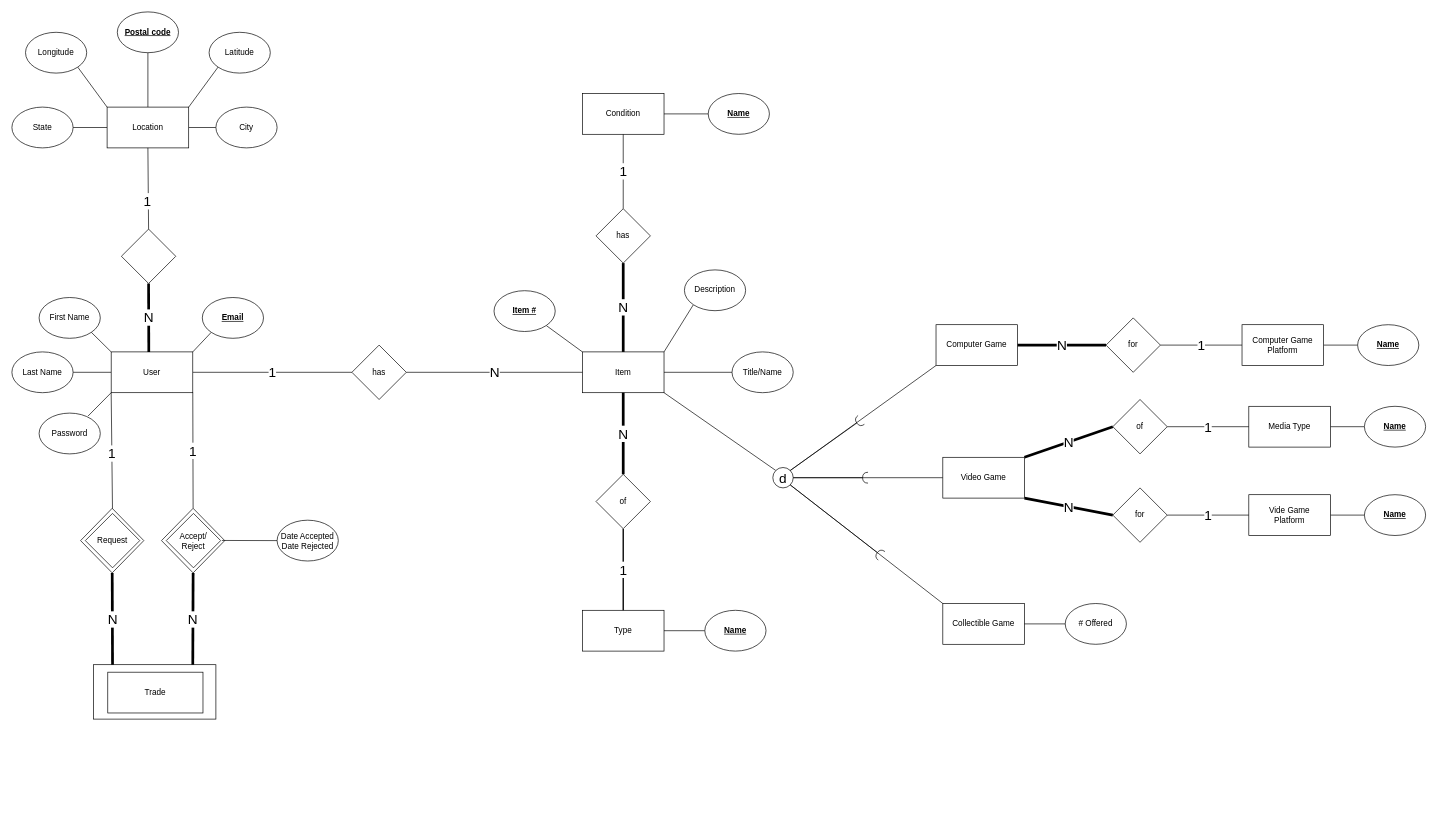
guanch1984/game-exchange-app keeps this draw.io diagram as Phase I/CS6400_EER_PhaseI.drawio. Above is the earlier version. Source tidied: cells renumbered, new cells numbered last; positions are measured from the earlier drawing's top-left corner, leaving out a move shared by most shapes. Both pictures are drawn from the tidied source at 68%, with x=0, y=0 at pixel (12, 12).
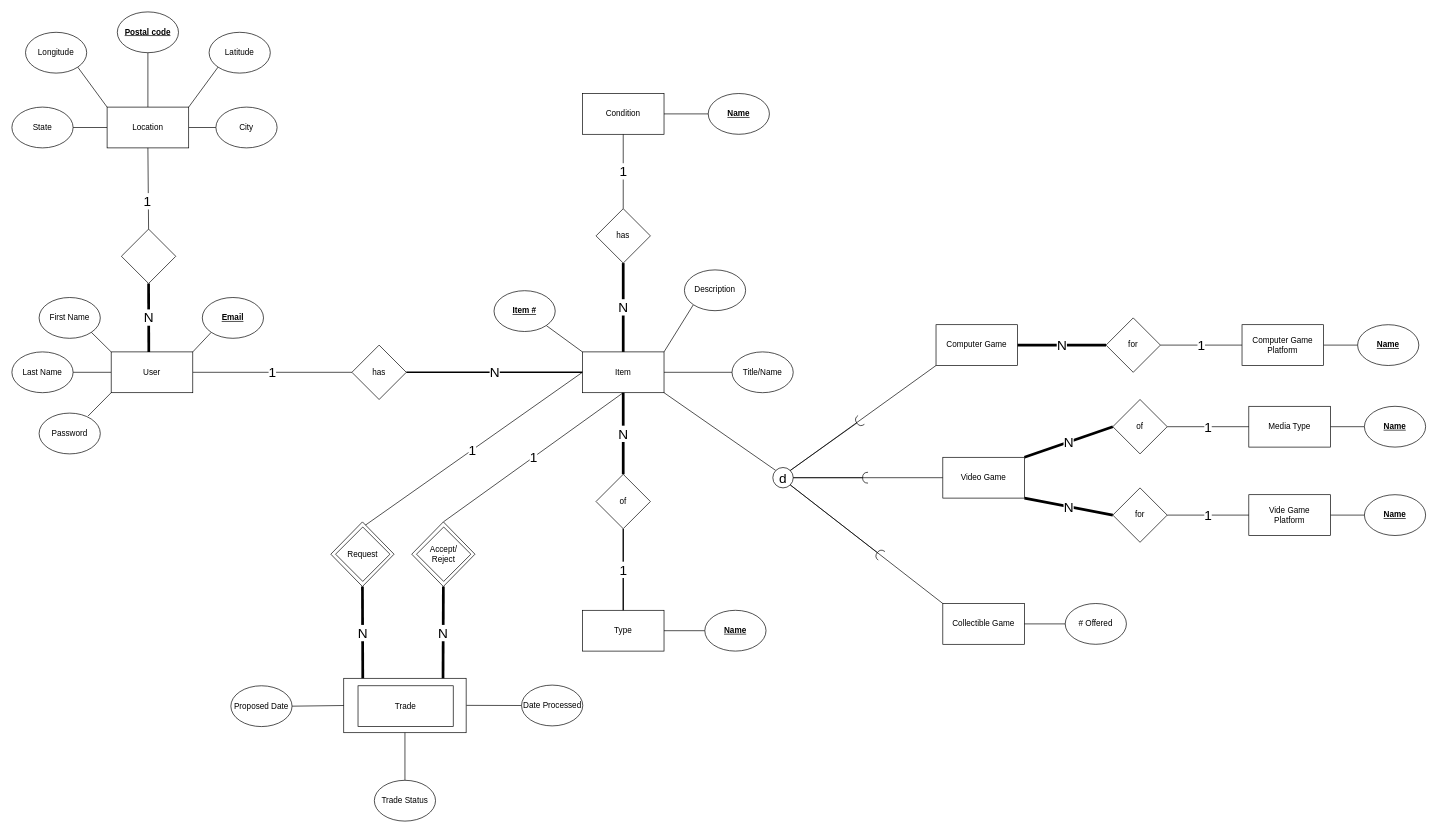
The same diagram, later.

Unchanged cells that the change refers to:
```xml
<mxCell id="19" value="User" style="rounded=0;whiteSpace=wrap;html=1;" parent="1" vertex="1">
  <mxGeometry x="146" y="500" width="120" height="60" as="geometry" />
</mxCell>
<mxCell id="33" value="Item" style="rounded=0;whiteSpace=wrap;html=1;" parent="1" vertex="1">
  <mxGeometry x="839" y="500" width="120" height="60" as="geometry" />
</mxCell>
<mxCell id="51" value="has" style="rhombus;whiteSpace=wrap;html=1;" parent="1" vertex="1">
  <mxGeometry x="500" y="490" width="80" height="80" as="geometry" />
</mxCell>
<mxCell id="76" style="rhombus;whiteSpace=wrap;html=1;" parent="75" vertex="1">
  <mxGeometry width="93" height="95" as="geometry" />
</mxCell>
<mxCell id="77" value="Request" style="rhombus;whiteSpace=wrap;html=1;" parent="75" vertex="1">
  <mxGeometry x="7" y="7.5" width="80" height="80" as="geometry" />
</mxCell>
<mxCell id="79" style="rhombus;whiteSpace=wrap;html=1;" parent="78" vertex="1">
  <mxGeometry width="93" height="95" as="geometry" />
</mxCell>
```

Diff of the diagram source:
```diff
@@
-    <mxCell id="17" value="1" style="edgeStyle=none;rounded=0;jettySize=auto;html=1;exitX=0;exitY=1;exitDx=0;exitDy=0;entryX=0.5;entryY=0;entryDx=0;entryDy=0;fontSize=20;startArrow=none;startFill=0;endArrow=none;endFill=0;strokeWidth=1;" parent="1" edge="1" source="19" target="77">
+    <mxCell id="17" value="1" style="edgeStyle=none;rounded=0;jettySize=auto;html=1;exitX=0;exitY=0.5;exitDx=0;exitDy=0;entryX=0.5;entryY=0;entryDx=0;entryDy=0;fontSize=20;startArrow=none;startFill=0;endArrow=none;endFill=0;strokeWidth=1;" parent="1" edge="1" source="33" target="77">
       <mxGeometry relative="1" as="geometry" />
     </mxCell>
-    <mxCell id="18" value="1" style="edgeStyle=none;rounded=0;jettySize=auto;html=1;exitX=1;exitY=1;exitDx=0;exitDy=0;entryX=0.5;entryY=0;entryDx=0;entryDy=0;fontSize=20;startArrow=none;startFill=0;endArrow=none;endFill=0;strokeWidth=1;" parent="1" edge="1" source="19" target="79">
+    <mxCell id="18" value="1" style="edgeStyle=none;rounded=0;jettySize=auto;html=1;exitX=0.5;exitY=1;exitDx=0;exitDy=0;entryX=0.5;entryY=0;entryDx=0;entryDy=0;fontSize=20;startArrow=none;startFill=0;endArrow=none;endFill=0;strokeWidth=1;" parent="1" edge="1" source="33" target="79">
       <mxGeometry relative="1" as="geometry" />
     </mxCell>
@@
-    <mxCell id="50" value="N" style="edgeStyle=none;rounded=0;jettySize=auto;html=1;exitX=1;exitY=0.5;exitDx=0;exitDy=0;entryX=0;entryY=0.5;entryDx=0;entryDy=0;fontSize=20;endArrow=none;endFill=0;strokeWidth=1;" parent="1" edge="1" source="51" target="33">
+    <mxCell id="50" value="N" style="edgeStyle=none;rounded=0;jettySize=auto;html=1;exitX=1;exitY=0.5;exitDx=0;exitDy=0;entryX=0;entryY=0.5;entryDx=0;entryDy=0;fontSize=20;endArrow=none;endFill=0;strokeWidth=2;" parent="1" edge="1" source="51" target="33">
       <mxGeometry relative="1" as="geometry" />
     </mxCell>
@@
     <mxCell id="75" style="group;" parent="1" vertex="1">
-      <mxGeometry x="101" y="730" width="93" height="95" as="geometry" />
+      <mxGeometry x="469" y="750" width="93" height="95" as="geometry" />
     </mxCell>
@@
     <mxCell id="78" style="group;" parent="1" vertex="1">
-      <mxGeometry x="220" y="730" width="93" height="95" as="geometry" />
+      <mxGeometry x="588" y="750" width="93" height="95" as="geometry" />
     </mxCell>
@@
     <mxCell id="81" style="rounded=0;whiteSpace=wrap;html=1;" parent="1" vertex="1">
-      <mxGeometry x="120" y="960" width="180" height="80" as="geometry" />
+      <mxGeometry x="488" y="980" width="180" height="80" as="geometry" />
     </mxCell>
     <mxCell id="82" value="Trade" style="rounded=0;whiteSpace=wrap;html=1;" parent="1" vertex="1">
-      <mxGeometry x="141" y="971" width="140" height="60" as="geometry" />
+      <mxGeometry x="509" y="991" width="140" height="60" as="geometry" />
     </mxCell>
@@
     <mxCell id="89" value="N" style="edgeStyle=none;rounded=0;jettySize=auto;html=1;exitX=0.5;exitY=1;exitDx=0;exitDy=0;fontSize=20;startArrow=none;startFill=0;endArrow=none;endFill=0;strokeWidth=4;" parent="1" edge="1" source="76">
       <mxGeometry relative="1" as="geometry">
-        <mxPoint x="148" y="960" as="targetPoint" />
+        <mxPoint x="516" y="980" as="targetPoint" />
       </mxGeometry>
     </mxCell>
     <mxCell id="90" value="N" style="edgeStyle=none;rounded=0;jettySize=auto;html=1;exitX=0.5;exitY=1;exitDx=0;exitDy=0;fontSize=20;startArrow=none;startFill=0;endArrow=none;endFill=0;strokeWidth=4;" parent="1" edge="1" source="79">
       <mxGeometry relative="1" as="geometry">
-        <mxPoint x="266" y="960" as="targetPoint" />
+        <mxPoint x="634" y="980" as="targetPoint" />
       </mxGeometry>
     </mxCell>
     <mxCell id="91" style="edgeStyle=none;rounded=0;jettySize=auto;html=1;exitX=0;exitY=0.5;exitDx=0;exitDy=0;fontSize=20;startArrow=none;startFill=0;endArrow=none;endFill=0;strokeWidth=1;" parent="1" edge="1" source="92">
       <mxGeometry relative="1" as="geometry">
-        <mxPoint x="309" y="777.3" as="targetPoint" />
+        <mxPoint x="668.5" y="1019.8" as="targetPoint" />
       </mxGeometry>
     </mxCell>
-    <mxCell id="92" value="Date Accepted&lt;br&gt;Date Rejected" style="ellipse;whiteSpace=wrap;html=1;" parent="1" vertex="1">
-      <mxGeometry x="390" y="747.5" width="90" height="60" as="geometry" />
+    <mxCell id="92" value="Date Processed" style="ellipse;whiteSpace=wrap;html=1;" parent="1" vertex="1">
+      <mxGeometry x="749.5" y="990" width="90" height="60" as="geometry" />
     </mxCell>
+    <mxCell id="93" style="edgeStyle=none;rounded=0;jettySize=auto;html=1;exitX=1;exitY=0.5;exitDx=0;exitDy=0;fontSize=20;startArrow=none;startFill=0;endArrow=none;endFill=0;strokeWidth=1;entryX=0;entryY=0.5;entryDx=0;entryDy=0;" parent="1" edge="1" source="94" target="81">
+      <mxGeometry relative="1" as="geometry" />
+    </mxCell>
+    <mxCell id="94" value="Proposed Date" style="ellipse;whiteSpace=wrap;html=1;" parent="1" vertex="1">
+      <mxGeometry x="322" y="991" width="90" height="60" as="geometry" />
+    </mxCell>
+    <mxCell id="95" style="edgeStyle=orthogonalEdgeStyle;rounded=0;jettySize=auto;html=1;exitX=0.5;exitY=0;exitDx=0;exitDy=0;entryX=0.5;entryY=1;entryDx=0;entryDy=0;endArrow=none;endFill=0;" parent="1" edge="1" source="96" target="81">
+      <mxGeometry relative="1" as="geometry" />
+    </mxCell>
+    <mxCell id="96" value="Trade Status" style="ellipse;whiteSpace=wrap;html=1;" parent="1" vertex="1">
+      <mxGeometry x="533" y="1130" width="90" height="60" as="geometry" />
+    </mxCell>
```
